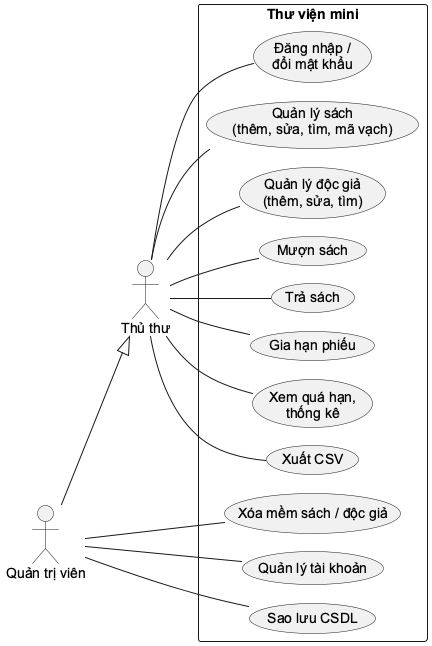
The PlantUML diagram docs/uml/01_use_case.png in khoiln218/ThuVienMini, before a commit.
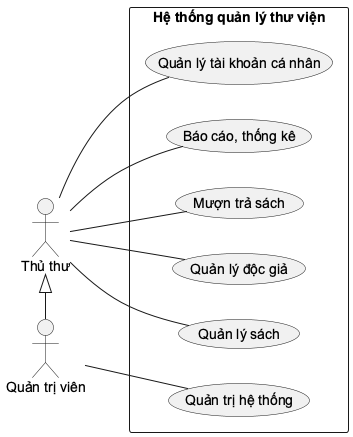
After the change.

What changed in the source:
```diff
@@ -1,33 +1,23 @@
 @startuml
-!pragma layout smetana
 skinparam defaultFontName Arial
 skinparam shadowing false
+skinparam packageStyle rectangle
 left to right direction
 actor "Thủ thư" as T
 actor "Quản trị viên" as A
-A --|> T
-rectangle "Thư viện mini" {
-usecase "Đăng nhập /\nđổi mật khẩu" as U1
-usecase "Quản lý sách\n(thêm, sửa, tìm, mã vạch)" as U2
-usecase "Quản lý độc giả\n(thêm, sửa, tìm)" as U3
-usecase "Mượn sách" as U4
-usecase "Trả sách" as U5
-usecase "Gia hạn phiếu" as U6
-usecase "Xem quá hạn,\nthống kê" as U7
-usecase "Xuất CSV" as U8
-usecase "Xóa mềm sách / độc giả" as U9
-usecase "Quản lý tài khoản" as U10
-usecase "Sao lưu CSDL" as U11
+T <|- A
+rectangle "Hệ thống quản lý thư viện" {
+  usecase "Quản lý tài khoản cá nhân" as G1
+  usecase "Quản lý sách" as G2
+  usecase "Quản lý độc giả" as G3
+  usecase "Mượn trả sách" as G4
+  usecase "Báo cáo, thống kê" as G5
+  usecase "Quản trị hệ thống" as G6
 }
-T -- U1
-T -- U2
-T -- U3
-T -- U4
-T -- U5
-T -- U6
-T -- U7
-T -- U8
-A -- U9
-A -- U10
-A -- U11
+T -- G1
+T -- G2
+T -- G3
+T -- G4
+T -- G5
+A -- G6
 @enduml
```
